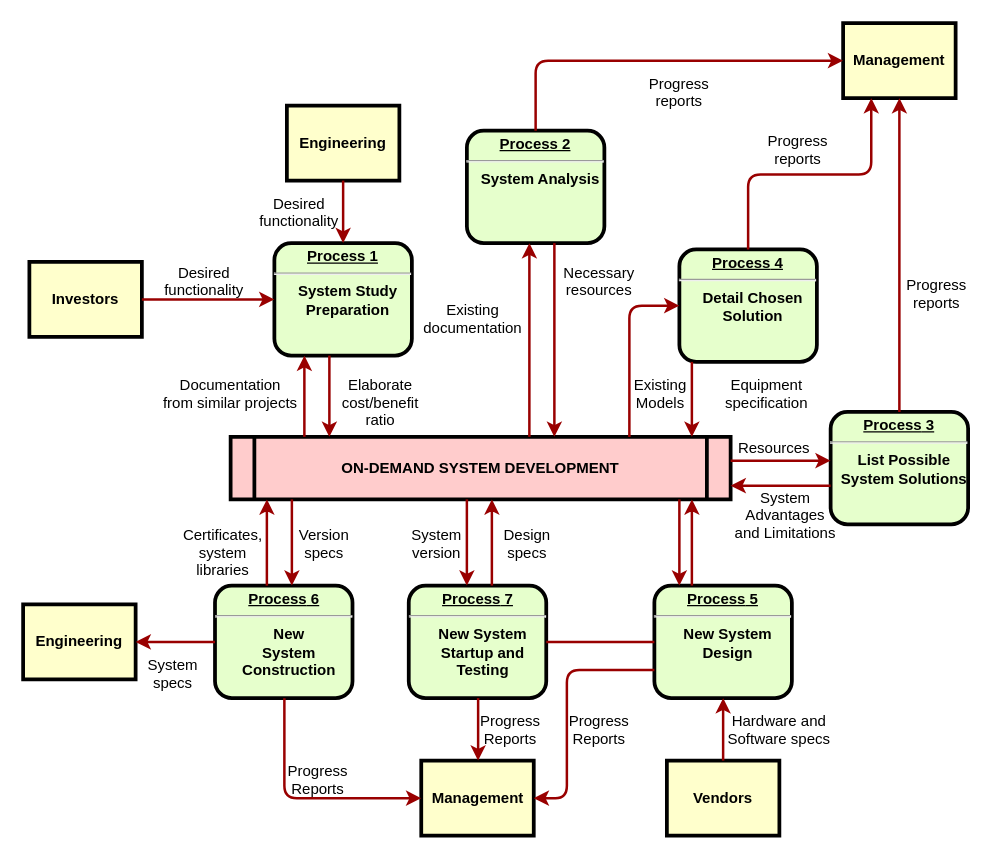
The draw.io diagram Diagrama sem nome.drawio in MichelleVerissimo/MichelleVerissimo-documenta-o-Alura-draw.io---Curso-UX-Writing-Chatbot, before the edit. Source tidied: cells renumbered, new cells numbered last; positions are measured from the earlier drawing's top-left corner, leaving out a move shared by most shapes. Both pictures are drawn from the tidied source at 125%, with x=0, y=0 at pixel (22, 22).
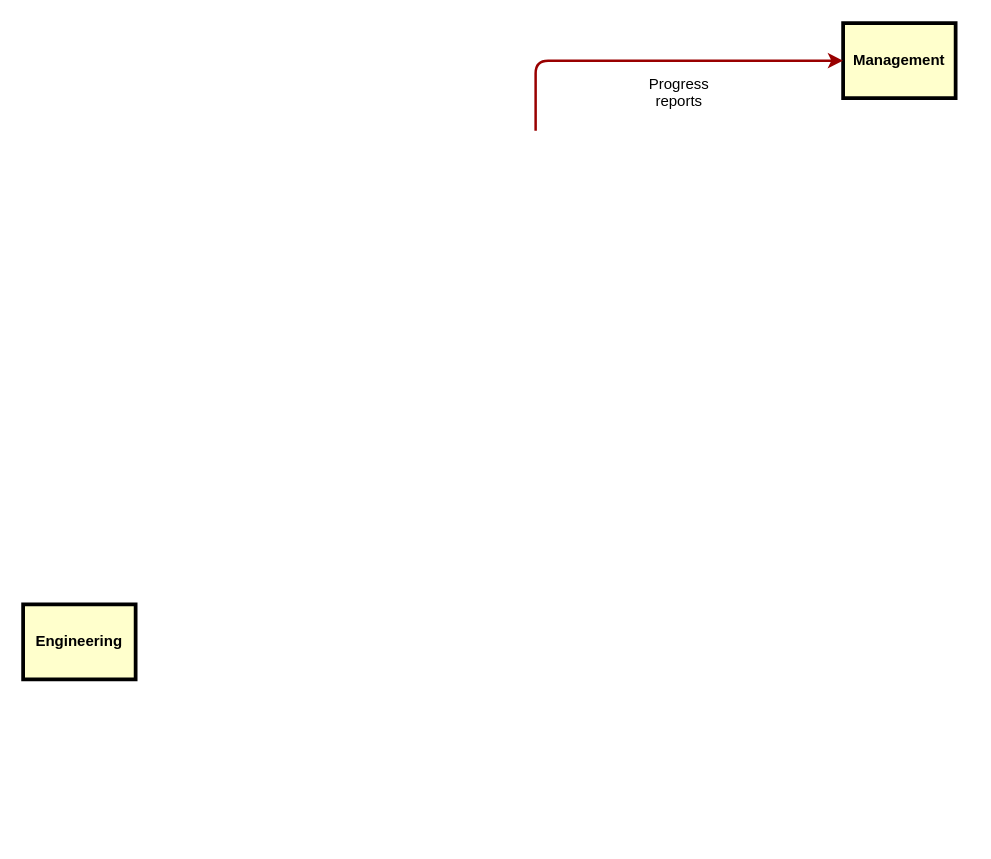
Above is the later version.

Commit message:
Documentação curso UX writing chatbots alura

Unchanged cells that the change refers to:
```xml
<mxCell id="11" value="Management" style="whiteSpace=wrap;align=center;verticalAlign=middle;fontStyle=1;strokeWidth=3;fillColor=#FFFFCC;" parent="1" vertex="1">
  <mxGeometry x="656" width="90" height="60" as="geometry" />
</mxCell>
<mxCell id="13" value="Engineering" style="whiteSpace=wrap;align=center;verticalAlign=middle;fontStyle=1;strokeWidth=3;fillColor=#FFFFCC;" parent="1" vertex="1">
  <mxGeometry y="465" width="90" height="60" as="geometry" />
</mxCell>
```

The edit, as a diff of the source:
```diff
@@
-    <mxCell id="2" value="&lt;p style=&quot;margin: 0px; margin-top: 4px; text-align: center; text-decoration: underline;&quot;&gt;&lt;strong&gt;Process 1&lt;br /&gt;&lt;/strong&gt;&lt;/p&gt;&lt;hr /&gt;&lt;p style=&quot;margin: 0px; margin-left: 8px;&quot;&gt;System Study&lt;/p&gt;&lt;p style=&quot;margin: 0px; margin-left: 8px;&quot;&gt;Preparation&lt;/p&gt;" style="verticalAlign=middle;align=center;overflow=fill;fontSize=12;fontFamily=Helvetica;html=1;rounded=1;fontStyle=1;strokeWidth=3;fillColor=#E6FFCC;" parent="1" vertex="1">
-      <mxGeometry x="201" y="176" width="110" height="90" as="geometry" />
-    </mxCell>
-    <mxCell id="3" value="Engineering" style="whiteSpace=wrap;align=center;verticalAlign=middle;fontStyle=1;strokeWidth=3;fillColor=#FFFFCC;" parent="1" vertex="1">
-      <mxGeometry x="211" y="66" width="90" height="60" as="geometry" />
-    </mxCell>
-    <mxCell id="4" value="Investors" style="whiteSpace=wrap;align=center;verticalAlign=middle;fontStyle=1;strokeWidth=3;fillColor=#FFFFCC;" parent="1" vertex="1">
-      <mxGeometry x="5" y="191" width="90" height="60" as="geometry" />
-    </mxCell>
-    <mxCell id="5" value="ON-DEMAND SYSTEM DEVELOPMENT" style="shape=process;whiteSpace=wrap;align=center;verticalAlign=middle;size=0.0475;fontStyle=1;strokeWidth=3;fillColor=#FFCCCC;" parent="1" vertex="1">
-      <mxGeometry x="166" y="331" width="400" height="50" as="geometry" />
-    </mxCell>
-    <mxCell id="6" value="&lt;p style=&quot;margin: 0px; margin-top: 4px; text-align: center; text-decoration: underline;&quot;&gt;&lt;strong&gt;Process 2&lt;br /&gt;&lt;/strong&gt;&lt;/p&gt;&lt;hr /&gt;&lt;p style=&quot;margin: 0px; margin-left: 8px;&quot;&gt;System Analysis&lt;/p&gt;" style="verticalAlign=middle;align=center;overflow=fill;fontSize=12;fontFamily=Helvetica;html=1;rounded=1;fontStyle=1;strokeWidth=3;fillColor=#E6FFCC;" parent="1" vertex="1">
-      <mxGeometry x="355" y="86" width="110" height="90" as="geometry" />
-    </mxCell>
-    <mxCell id="7" value="&lt;p style=&quot;margin: 0px; margin-top: 4px; text-align: center; text-decoration: underline;&quot;&gt;&lt;strong&gt;&lt;strong&gt;Process&lt;/strong&gt; 3&lt;br /&gt;&lt;/strong&gt;&lt;/p&gt;&lt;hr /&gt;&lt;p style=&quot;margin: 0px; margin-left: 8px;&quot;&gt;List Possible&lt;/p&gt;&lt;p style=&quot;margin: 0px; margin-left: 8px;&quot;&gt;System Solutions&lt;/p&gt;" style="verticalAlign=middle;align=center;overflow=fill;fontSize=12;fontFamily=Helvetica;html=1;rounded=1;fontStyle=1;strokeWidth=3;fillColor=#E6FFCC;" parent="1" vertex="1">
-      <mxGeometry x="646" y="311" width="110" height="90" as="geometry" />
-    </mxCell>
-    <mxCell id="8" value="&lt;p style=&quot;margin: 0px; margin-top: 4px; text-align: center; text-decoration: underline;&quot;&gt;&lt;strong&gt;&lt;strong&gt;Process&lt;/strong&gt; 4&lt;br /&gt;&lt;/strong&gt;&lt;/p&gt;&lt;hr /&gt;&lt;p style=&quot;margin: 0px; margin-left: 8px;&quot;&gt;Detail Chosen&lt;/p&gt;&lt;p style=&quot;margin: 0px; margin-left: 8px;&quot;&gt;Solution&lt;/p&gt;" style="verticalAlign=middle;align=center;overflow=fill;fontSize=12;fontFamily=Helvetica;html=1;rounded=1;fontStyle=1;strokeWidth=3;fillColor=#E6FFCC;" parent="1" vertex="1">
-      <mxGeometry x="525" y="181" width="110" height="90" as="geometry" />
-    </mxCell>
-    <mxCell id="9" value="&lt;p style=&quot;margin: 0px; margin-top: 4px; text-align: center; text-decoration: underline;&quot;&gt;&lt;strong&gt;&lt;strong&gt;Process&lt;/strong&gt; 5&lt;br /&gt;&lt;/strong&gt;&lt;/p&gt;&lt;hr /&gt;&lt;p style=&quot;margin: 0px; margin-left: 8px;&quot;&gt;New System&lt;/p&gt;&lt;p style=&quot;margin: 0px; margin-left: 8px;&quot;&gt;Design&lt;/p&gt;" style="verticalAlign=middle;align=center;overflow=fill;fontSize=12;fontFamily=Helvetica;html=1;rounded=1;fontStyle=1;strokeWidth=3;fillColor=#E6FFCC;" parent="1" vertex="1">
-      <mxGeometry x="505" y="450" width="110" height="90" as="geometry" />
-    </mxCell>
-    <mxCell id="10" value="&lt;p style=&quot;margin: 0px; margin-top: 4px; text-align: center; text-decoration: underline;&quot;&gt;&lt;strong&gt;&lt;strong&gt;Process&lt;/strong&gt; 6&lt;br /&gt;&lt;/strong&gt;&lt;/p&gt;&lt;hr /&gt;&lt;p style=&quot;margin: 0px; margin-left: 8px;&quot;&gt;New&lt;/p&gt;&lt;p style=&quot;margin: 0px; margin-left: 8px;&quot;&gt;System&lt;/p&gt;&lt;p style=&quot;margin: 0px; margin-left: 8px;&quot;&gt;Construction&lt;/p&gt;" style="verticalAlign=middle;align=center;overflow=fill;fontSize=12;fontFamily=Helvetica;html=1;rounded=1;fontStyle=1;strokeWidth=3;fillColor=#E6FFCC;" parent="1" vertex="1">
-      <mxGeometry x="153.5" y="450" width="110" height="90" as="geometry" />
-    </mxCell>
@@
-    <mxCell id="12" value="Management" style="whiteSpace=wrap;align=center;verticalAlign=middle;fontStyle=1;strokeWidth=3;fillColor=#FFFFCC;" parent="1" vertex="1">
-      <mxGeometry x="318.5" y="590" width="90" height="60" as="geometry" />
-    </mxCell>
@@
-    <mxCell id="14" value="Vendors" style="whiteSpace=wrap;align=center;verticalAlign=middle;fontStyle=1;strokeWidth=3;fillColor=#FFFFCC;" parent="1" vertex="1">
-      <mxGeometry x="515" y="590" width="90" height="60" as="geometry" />
-    </mxCell>
-    <mxCell id="15" style="edgeStyle=none;noEdgeStyle=1;strokeColor=#990000;strokeWidth=2;" parent="1" edge="1" source="3" target="2">
-      <mxGeometry relative="1" as="geometry" />
-    </mxCell>
-    <mxCell id="16" style="edgeStyle=none;noEdgeStyle=1;strokeColor=#990000;strokeWidth=2;" parent="1" edge="1" source="4" target="2">
-      <mxGeometry relative="1" as="geometry" />
-    </mxCell>
-    <mxCell id="17" value="&lt;p style=&quot;margin: 0px; margin-top: 4px; text-align: center; text-decoration: underline;&quot;&gt;&lt;strong&gt;&lt;strong&gt;Process&lt;/strong&gt; 7&lt;br /&gt;&lt;/strong&gt;&lt;/p&gt;&lt;hr /&gt;&lt;p style=&quot;margin: 0px; margin-left: 8px;&quot;&gt;New System&lt;/p&gt;&lt;p style=&quot;margin: 0px; margin-left: 8px;&quot;&gt;Startup and&lt;/p&gt;&lt;p style=&quot;margin: 0px; margin-left: 8px;&quot;&gt;Testing&lt;/p&gt;" style="verticalAlign=middle;align=center;overflow=fill;fontSize=12;fontFamily=Helvetica;html=1;rounded=1;fontStyle=1;strokeWidth=3;fillColor=#E6FFCC;" parent="1" vertex="1">
-      <mxGeometry x="308.5" y="450" width="110" height="90" as="geometry" />
-    </mxCell>
-    <mxCell id="18" style="endArrow=none;noEdgeStyle=1;strokeColor=#990000;strokeWidth=2;" parent="1" edge="1" source="9" target="17">
-      <mxGeometry relative="1" as="geometry" />
-    </mxCell>
-    <mxCell id="19" value="Desired &#10;functionality" style="text;spacingTop=-5;align=center;" parent="1" vertex="1">
-      <mxGeometry x="130" y="191" width="30" height="20" as="geometry" />
-    </mxCell>
-    <mxCell id="20" value="Desired &#10;functionality" style="text;spacingTop=-5;align=center;" parent="1" vertex="1">
-      <mxGeometry x="206" y="136" width="30" height="20" as="geometry" />
-    </mxCell>
-    <mxCell id="21" value="Documentation&#10;from similar projects" style="text;spacingTop=-5;align=center;" parent="1" vertex="1">
-      <mxGeometry x="151" y="281" width="30" height="20" as="geometry" />
-    </mxCell>
-    <mxCell id="22" style="edgeStyle=elbowEdgeStyle;elbow=horizontal;strokeColor=#990000;strokeWidth=2;" parent="1" edge="1" source="5" target="2">
-      <mxGeometry relative="1" as="geometry">
-        <Array as="points">
-          <mxPoint x="225" y="310" />
-        </Array>
-      </mxGeometry>
-    </mxCell>
-    <mxCell id="23" style="edgeStyle=elbowEdgeStyle;elbow=horizontal;strokeColor=#990000;strokeWidth=2;" parent="1" edge="1" source="2" target="5">
-      <mxGeometry relative="1" as="geometry">
-        <Array as="points">
-          <mxPoint x="245" y="300" />
-        </Array>
-      </mxGeometry>
-    </mxCell>
-    <mxCell id="24" value="Elaborate&#10;cost/benefit&#10;ratio" style="text;spacingTop=-5;align=center;" parent="1" vertex="1">
-      <mxGeometry x="271" y="281" width="30" height="20" as="geometry" />
-    </mxCell>
-    <mxCell id="25" style="edgeStyle=elbowEdgeStyle;elbow=horizontal;strokeColor=#990000;strokeWidth=2;" parent="1" edge="1" source="5" target="6">
-      <mxGeometry relative="1" as="geometry">
-        <Array as="points">
-          <mxPoint x="405" y="250" />
-        </Array>
-      </mxGeometry>
-    </mxCell>
-    <mxCell id="26" style="edgeStyle=elbowEdgeStyle;elbow=horizontal;strokeColor=#990000;strokeWidth=2;" parent="1" edge="1" source="6" target="5">
-      <mxGeometry relative="1" as="geometry">
-        <Array as="points">
-          <mxPoint x="425" y="260" />
-        </Array>
-      </mxGeometry>
-    </mxCell>
-    <mxCell id="27" value="Existing&#10;documentation" style="text;spacingTop=-5;align=center;" parent="1" vertex="1">
-      <mxGeometry x="345" y="221" width="30" height="20" as="geometry" />
-    </mxCell>
-    <mxCell id="28" value="Necessary&#10;resources" style="text;spacingTop=-5;align=center;" parent="1" vertex="1">
-      <mxGeometry x="446" y="191" width="30" height="20" as="geometry" />
-    </mxCell>
@@
-    <mxCell id="30" value="Progress&#10;reports" style="text;spacingTop=-5;align=center;" parent="1" vertex="1">
-      <mxGeometry x="605" y="86" width="30" height="20" as="geometry" />
-    </mxCell>
-    <mxCell id="31" value="Progress&#10;reports" style="text;spacingTop=-5;align=center;" parent="1" vertex="1">
-      <mxGeometry x="716" y="201" width="30" height="20" as="geometry" />
-    </mxCell>
-    <mxCell id="32" style="edgeStyle=elbowEdgeStyle;elbow=horizontal;strokeColor=#990000;strokeWidth=2;" parent="1" edge="1" source="6" target="11">
+    <mxCell id="32" style="edgeStyle=elbowEdgeStyle;elbow=horizontal;strokeColor=#990000;strokeWidth=2;" parent="1" edge="1" target="11">
       <mxGeometry relative="1" as="geometry">
+        <mxPoint x="410" y="86" as="sourcePoint" />
         <Array as="points">
           <mxPoint x="410" y="80" />
         </Array>
       </mxGeometry>
     </mxCell>
-    <mxCell id="33" style="edgeStyle=elbowEdgeStyle;elbow=vertical;entryX=0.25;entryY=1;strokeColor=#990000;strokeWidth=2;" parent="1" edge="1" source="8" target="11">
-      <mxGeometry relative="1" as="geometry" />
-    </mxCell>
-    <mxCell id="34" style="edgeStyle=elbowEdgeStyle;elbow=horizontal;strokeColor=#990000;strokeWidth=2;" parent="1" edge="1" source="7" target="11">
-      <mxGeometry relative="1" as="geometry" />
-    </mxCell>
-    <mxCell id="35" style="edgeStyle=elbowEdgeStyle;elbow=horizontal;strokeColor=#990000;strokeWidth=2;" parent="1" edge="1" source="8" target="5">
-      <mxGeometry relative="1" as="geometry">
-        <Array as="points">
-          <mxPoint x="535" y="300" />
-        </Array>
-      </mxGeometry>
-    </mxCell>
-    <mxCell id="36" style="edgeStyle=segmentEdgeStyle;strokeColor=#990000;strokeWidth=2;" parent="1" edge="1" source="5" target="8">
-      <mxGeometry relative="1" as="geometry">
-        <Array as="points">
-          <mxPoint x="485" y="226" />
-        </Array>
-      </mxGeometry>
-    </mxCell>
-    <mxCell id="37" value="Existing&#10;Models" style="text;spacingTop=-5;align=center;" parent="1" vertex="1">
-      <mxGeometry x="495" y="281" width="30" height="20" as="geometry" />
-    </mxCell>
-    <mxCell id="38" value="Equipment&#10;specification" style="text;spacingTop=-5;align=center;" parent="1" vertex="1">
-      <mxGeometry x="580" y="281" width="30" height="20" as="geometry" />
-    </mxCell>
-    <mxCell id="39" style="edgeStyle=elbowEdgeStyle;elbow=vertical;strokeColor=#990000;strokeWidth=2;" parent="1" edge="1" source="5" target="7">
-      <mxGeometry relative="1" as="geometry">
-        <Array as="points">
-          <mxPoint x="615" y="350" />
-        </Array>
-      </mxGeometry>
-    </mxCell>
-    <mxCell id="40" style="edgeStyle=elbowEdgeStyle;elbow=vertical;strokeColor=#990000;strokeWidth=2;" parent="1" edge="1" source="7" target="5">
-      <mxGeometry relative="1" as="geometry">
-        <Array as="points">
-          <mxPoint x="615" y="370" />
-        </Array>
-      </mxGeometry>
-    </mxCell>
-    <mxCell id="41" value="Resources" style="text;spacingTop=-5;align=center;" parent="1" vertex="1">
-      <mxGeometry x="586" y="331" width="30" height="20" as="geometry" />
-    </mxCell>
-    <mxCell id="42" value="System &#10;Advantages &#10;and Limitations" style="text;spacingTop=-5;align=center;" parent="1" vertex="1">
-      <mxGeometry x="595" y="371" width="30" height="20" as="geometry" />
-    </mxCell>
-    <mxCell id="43" style="edgeStyle=elbowEdgeStyle;elbow=horizontal;strokeColor=#990000;strokeWidth=2;" parent="1" edge="1" source="9" target="5">
-      <mxGeometry relative="1" as="geometry">
-        <Array as="points">
-          <mxPoint x="535" y="410" />
-        </Array>
-      </mxGeometry>
-    </mxCell>
-    <mxCell id="44" style="edgeStyle=elbowEdgeStyle;elbow=horizontal;strokeColor=#990000;strokeWidth=2;" parent="1" edge="1" source="5" target="9">
-      <mxGeometry relative="1" as="geometry">
-        <Array as="points">
-          <mxPoint x="525" y="420" />
-        </Array>
-      </mxGeometry>
-    </mxCell>
-    <mxCell id="45" style="edgeStyle=elbowEdgeStyle;elbow=horizontal;strokeColor=#990000;strokeWidth=2;" parent="1" edge="1" source="14" target="9">
-      <mxGeometry relative="1" as="geometry" />
-    </mxCell>
-    <mxCell id="46" value="Hardware and&#10;Software specs" style="text;spacingTop=-5;align=center;" parent="1" vertex="1">
-      <mxGeometry x="590" y="550" width="30" height="20" as="geometry" />
-    </mxCell>
-    <mxCell id="47" style="edgeStyle=elbowEdgeStyle;elbow=horizontal;exitX=0;exitY=0.75;strokeColor=#990000;strokeWidth=2;" parent="1" edge="1" source="9" target="12">
-      <mxGeometry relative="1" as="geometry">
-        <Array as="points">
-          <mxPoint x="435" y="570" />
-        </Array>
-      </mxGeometry>
-    </mxCell>
-    <mxCell id="48" value="Progress&#10;Reports" style="text;spacingTop=-5;align=center;" parent="1" vertex="1">
-      <mxGeometry x="446" y="550" width="30" height="20" as="geometry" />
-    </mxCell>
-    <mxCell id="49" style="edgeStyle=elbowEdgeStyle;elbow=horizontal;strokeColor=#990000;strokeWidth=2;" parent="1" edge="1" source="17" target="12">
-      <mxGeometry relative="1" as="geometry" />
-    </mxCell>
-    <mxCell id="50" value="Progress&#10;Reports" style="text;spacingTop=-5;align=center;" parent="1" vertex="1">
-      <mxGeometry x="375" y="550" width="30" height="20" as="geometry" />
-    </mxCell>
-    <mxCell id="51" style="edgeStyle=elbowEdgeStyle;elbow=horizontal;strokeColor=#990000;strokeWidth=2;" parent="1" edge="1" source="10" target="12">
-      <mxGeometry relative="1" as="geometry">
-        <Array as="points">
-          <mxPoint x="209" y="570" />
-        </Array>
-      </mxGeometry>
-    </mxCell>
-    <mxCell id="52" value="Progress&#10;Reports" style="text;spacingTop=-5;align=center;" parent="1" vertex="1">
-      <mxGeometry x="221" y="590" width="30" height="20" as="geometry" />
-    </mxCell>
-    <mxCell id="53" style="edgeStyle=elbowEdgeStyle;elbow=vertical;strokeColor=#990000;strokeWidth=2;" parent="1" edge="1" source="10" target="13">
-      <mxGeometry relative="1" as="geometry" />
-    </mxCell>
-    <mxCell id="54" style="edgeStyle=elbowEdgeStyle;elbow=horizontal;strokeColor=#990000;strokeWidth=2;" parent="1" edge="1" source="5" target="17">
-      <mxGeometry relative="1" as="geometry">
-        <Array as="points">
-          <mxPoint x="355" y="410" />
-        </Array>
-      </mxGeometry>
-    </mxCell>
-    <mxCell id="55" style="edgeStyle=elbowEdgeStyle;elbow=horizontal;strokeColor=#990000;strokeWidth=2;" parent="1" edge="1" source="17" target="5">
-      <mxGeometry relative="1" as="geometry">
-        <Array as="points">
-          <mxPoint x="375" y="410" />
-        </Array>
-      </mxGeometry>
-    </mxCell>
-    <mxCell id="56" value="Version&#10;specs" style="text;spacingTop=-5;align=center;" parent="1" vertex="1">
-      <mxGeometry x="226" y="401" width="30" height="20" as="geometry" />
-    </mxCell>
-    <mxCell id="57" value="Certificates,&#10;system&#10;libraries" style="text;spacingTop=-5;align=center;" parent="1" vertex="1">
-      <mxGeometry x="145" y="401" width="30" height="20" as="geometry" />
-    </mxCell>
-    <mxCell id="58" style="edgeStyle=elbowEdgeStyle;elbow=horizontal;strokeColor=#990000;strokeWidth=2;" parent="1" edge="1" source="5" target="10">
-      <mxGeometry relative="1" as="geometry">
-        <Array as="points">
-          <mxPoint x="215" y="410" />
-        </Array>
-      </mxGeometry>
-    </mxCell>
-    <mxCell id="59" style="edgeStyle=elbowEdgeStyle;elbow=horizontal;strokeColor=#990000;strokeWidth=2;" parent="1" edge="1" source="10" target="5">
-      <mxGeometry relative="1" as="geometry">
-        <Array as="points">
-          <mxPoint x="195" y="410" />
-        </Array>
-      </mxGeometry>
-    </mxCell>
-    <mxCell id="60" value="System&#10;specs" style="text;spacingTop=-5;align=center;" parent="1" vertex="1">
-      <mxGeometry x="105" y="505" width="30" height="20" as="geometry" />
-    </mxCell>
-    <mxCell id="61" value="Design&#10;specs" style="text;spacingTop=-5;align=center;" parent="1" vertex="1">
-      <mxGeometry x="388.5" y="401" width="30" height="20" as="geometry" />
-    </mxCell>
-    <mxCell id="62" value="System&#10;version" style="text;spacingTop=-5;align=center;" parent="1" vertex="1">
-      <mxGeometry x="316" y="401" width="30" height="20" as="geometry" />
-    </mxCell>
```
